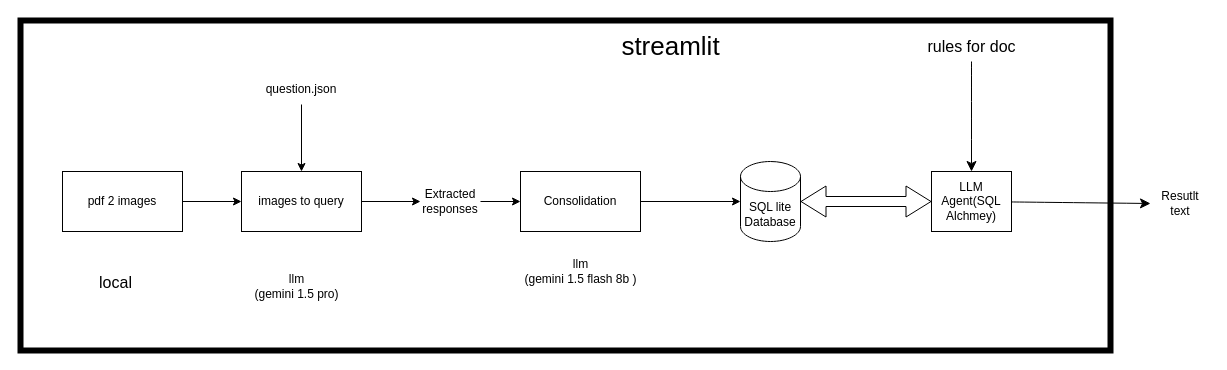
Above: page "Page-4" (4 of 4) of insurance_ocr.drawio in Aditya-402/Insurance-OCR (draw.io), before the change. Source tidied: cells renumbered, new cells numbered last; positions are measured from the earlier drawing's top-left corner, leaving out a move shared by most shapes. Both pictures are drawn from the tidied source at 100%, with x=0, y=0 at pixel (20, 20).
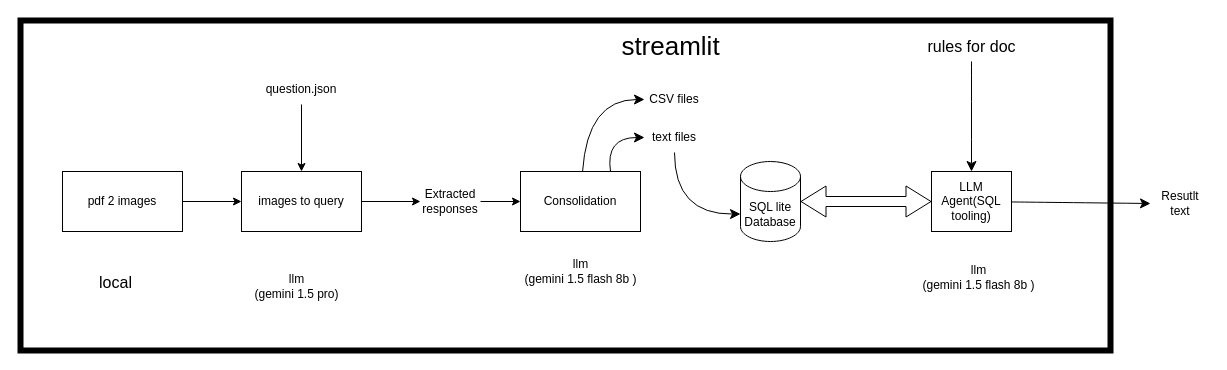
Above is the later version.

Unchanged cells that the change refers to:
```xml
<mxCell id="9" value="Consolidation" style="rounded=0;whiteSpace=wrap;html=1;" parent="1" vertex="1">
  <mxGeometry x="500" y="151" width="120" height="60" as="geometry" />
</mxCell>
<mxCell id="20" value="SQL lite Database" style="shape=cylinder3;whiteSpace=wrap;html=1;boundedLbl=1;backgroundOutline=1;size=15;" parent="1" vertex="1">
  <mxGeometry x="720" y="141" width="60" height="80" as="geometry" />
</mxCell>
```

Change to the diagram source:
```diff
@@
-    <mxCell id="7" style="edgeStyle=orthogonalEdgeStyle;rounded=0;jettySize=auto;html=1;entryX=0;entryY=0.5;entryDx=0;entryDy=0;entryPerimeter=0;" parent="1" edge="1" source="9" target="20">
-      <mxGeometry relative="1" as="geometry" />
-    </mxCell>
@@
+    <mxCell id="24" style="edgeStyle=none;curved=1;rounded=0;jettySize=auto;html=1;entryX=0;entryY=0.5;entryDx=0;entryDy=0;fontSize=12;startSize=8;endSize=8;" parent="1" edge="1" source="9" target="26">
+      <mxGeometry relative="1" as="geometry">
+        <Array as="points">
+          <mxPoint x="567" y="79" />
+        </Array>
+      </mxGeometry>
+    </mxCell>
+    <mxCell id="25" style="edgeStyle=none;curved=1;rounded=0;jettySize=auto;html=1;exitX=0.75;exitY=0;exitDx=0;exitDy=0;entryX=0;entryY=0.5;entryDx=0;entryDy=0;fontSize=12;startSize=8;endSize=8;" parent="1" edge="1" source="9" target="28">
+      <mxGeometry relative="1" as="geometry">
+        <Array as="points">
+          <mxPoint x="585" y="117" />
+        </Array>
+      </mxGeometry>
+    </mxCell>
@@
-    <mxCell id="17" value="LLM Agent(SQL Alchmey)" style="rounded=0;whiteSpace=wrap;html=1;" parent="1" vertex="1">
+    <mxCell id="17" value="LLM Agent(SQL tooling)" style="rounded=0;whiteSpace=wrap;html=1;" parent="1" vertex="1">
       <mxGeometry x="911" y="151" width="80" height="60" as="geometry" />
     </mxCell>
@@
+    <mxCell id="26" value="CSV files" style="text;html=1;align=center;verticalAlign=middle;whiteSpace=wrap;rounded=0;" parent="1" vertex="1">
+      <mxGeometry x="624" y="64" width="60" height="30" as="geometry" />
+    </mxCell>
+    <mxCell id="27" style="edgeStyle=none;curved=1;rounded=0;jettySize=auto;html=1;fontSize=12;startSize=8;endSize=8;entryX=0;entryY=0;entryDx=0;entryDy=52.5;entryPerimeter=0;" parent="1" edge="1" source="28" target="20">
+      <mxGeometry relative="1" as="geometry">
+        <Array as="points">
+          <mxPoint x="654" y="194" />
+        </Array>
+      </mxGeometry>
+    </mxCell>
+    <mxCell id="28" value="text files" style="text;html=1;align=center;verticalAlign=middle;whiteSpace=wrap;rounded=0;" parent="1" vertex="1">
+      <mxGeometry x="624" y="102" width="60" height="30" as="geometry" />
+    </mxCell>
+    <mxCell id="29" value="llm&lt;br&gt;(gemini 1.5 flash 8b )" style="text;html=1;align=center;verticalAlign=middle;strokeColor=none;fillColor=none;" parent="1" vertex="1">
+      <mxGeometry x="888" y="237" width="140" height="40" as="geometry" />
+    </mxCell>
```
